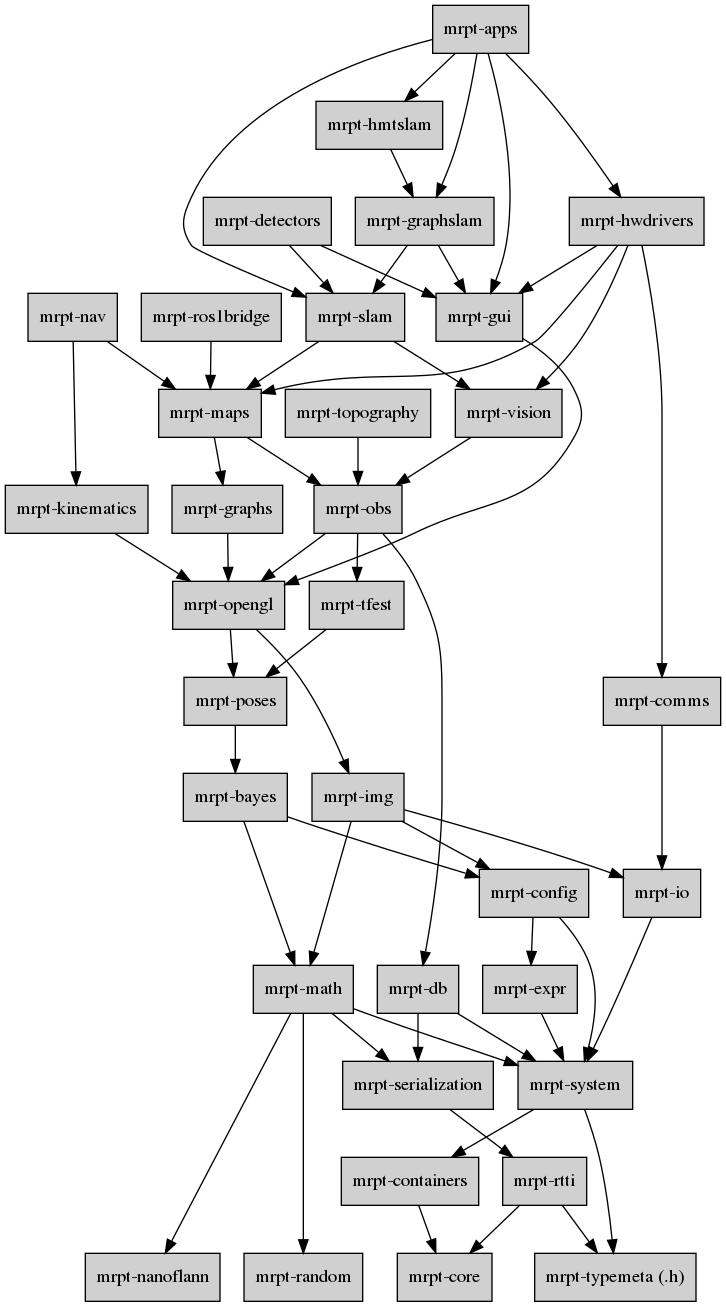
Before: doc/design_of_images/graph_mrpt_libs.png, a diagram exported from Graphviz (MRPT/mrpt). Its source is kept beside it as doc/design_of_images/graph_mrpt_libs.dot.
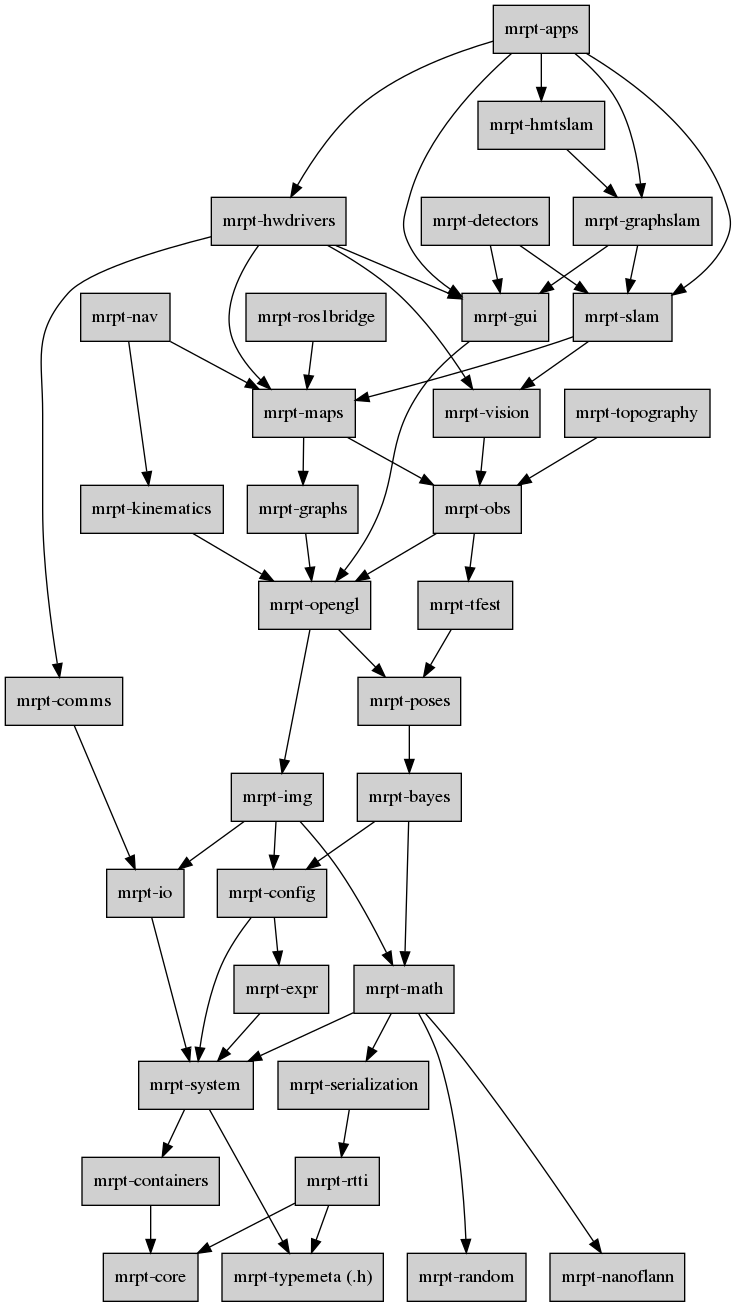
Above is the later version.

Diff of the diagram source:
```diff
@@ -26,10 +26,6 @@
 	{ rank = sink;
 	core       [label="mrpt-core",URL="group__mrpt__core__grp.html"];
 	}
-
-	db         [label="mrpt-db",URL="group__mrpt__db__grp.html"];
-	db  -> serialization;
-	db  -> system;
 
 	detectors  [label="mrpt-detectors",URL="group__mrpt__detectors__grp.html"];
 	detectors -> gui;
@@ -88,7 +84,6 @@
 
 	obs        [label="mrpt-obs",URL="group__mrpt__obs__grp.html"];
 	obs -> opengl;
-	obs -> db;
 	obs -> tfest;
 
 	opengl     [label="mrpt-opengl", URL="group__mrpt__opengl__grp.html"];
```
